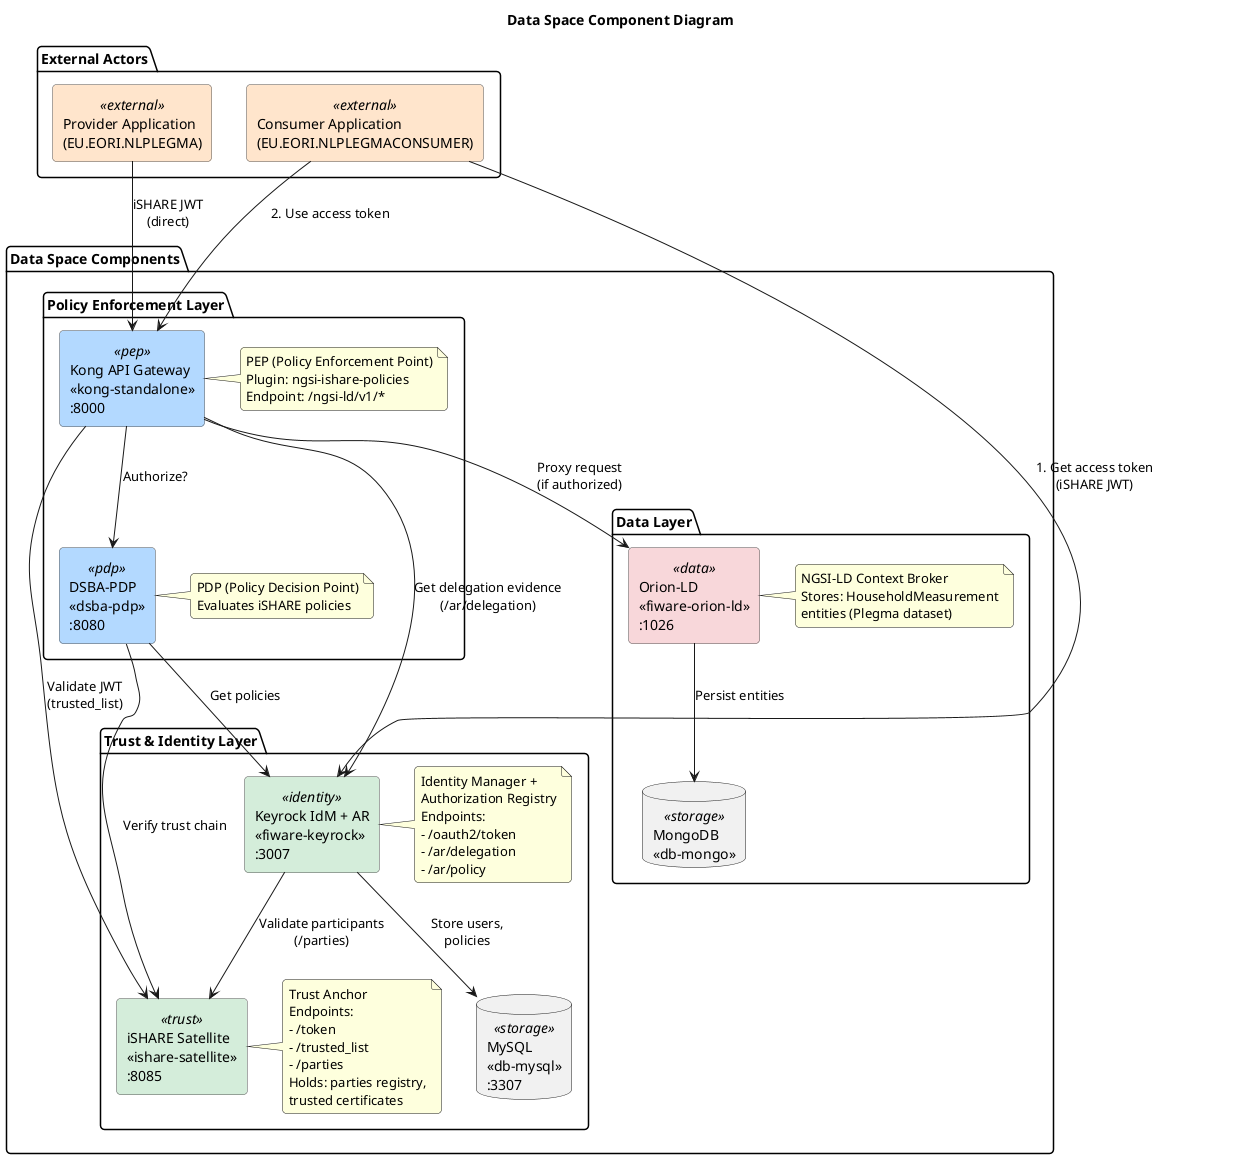
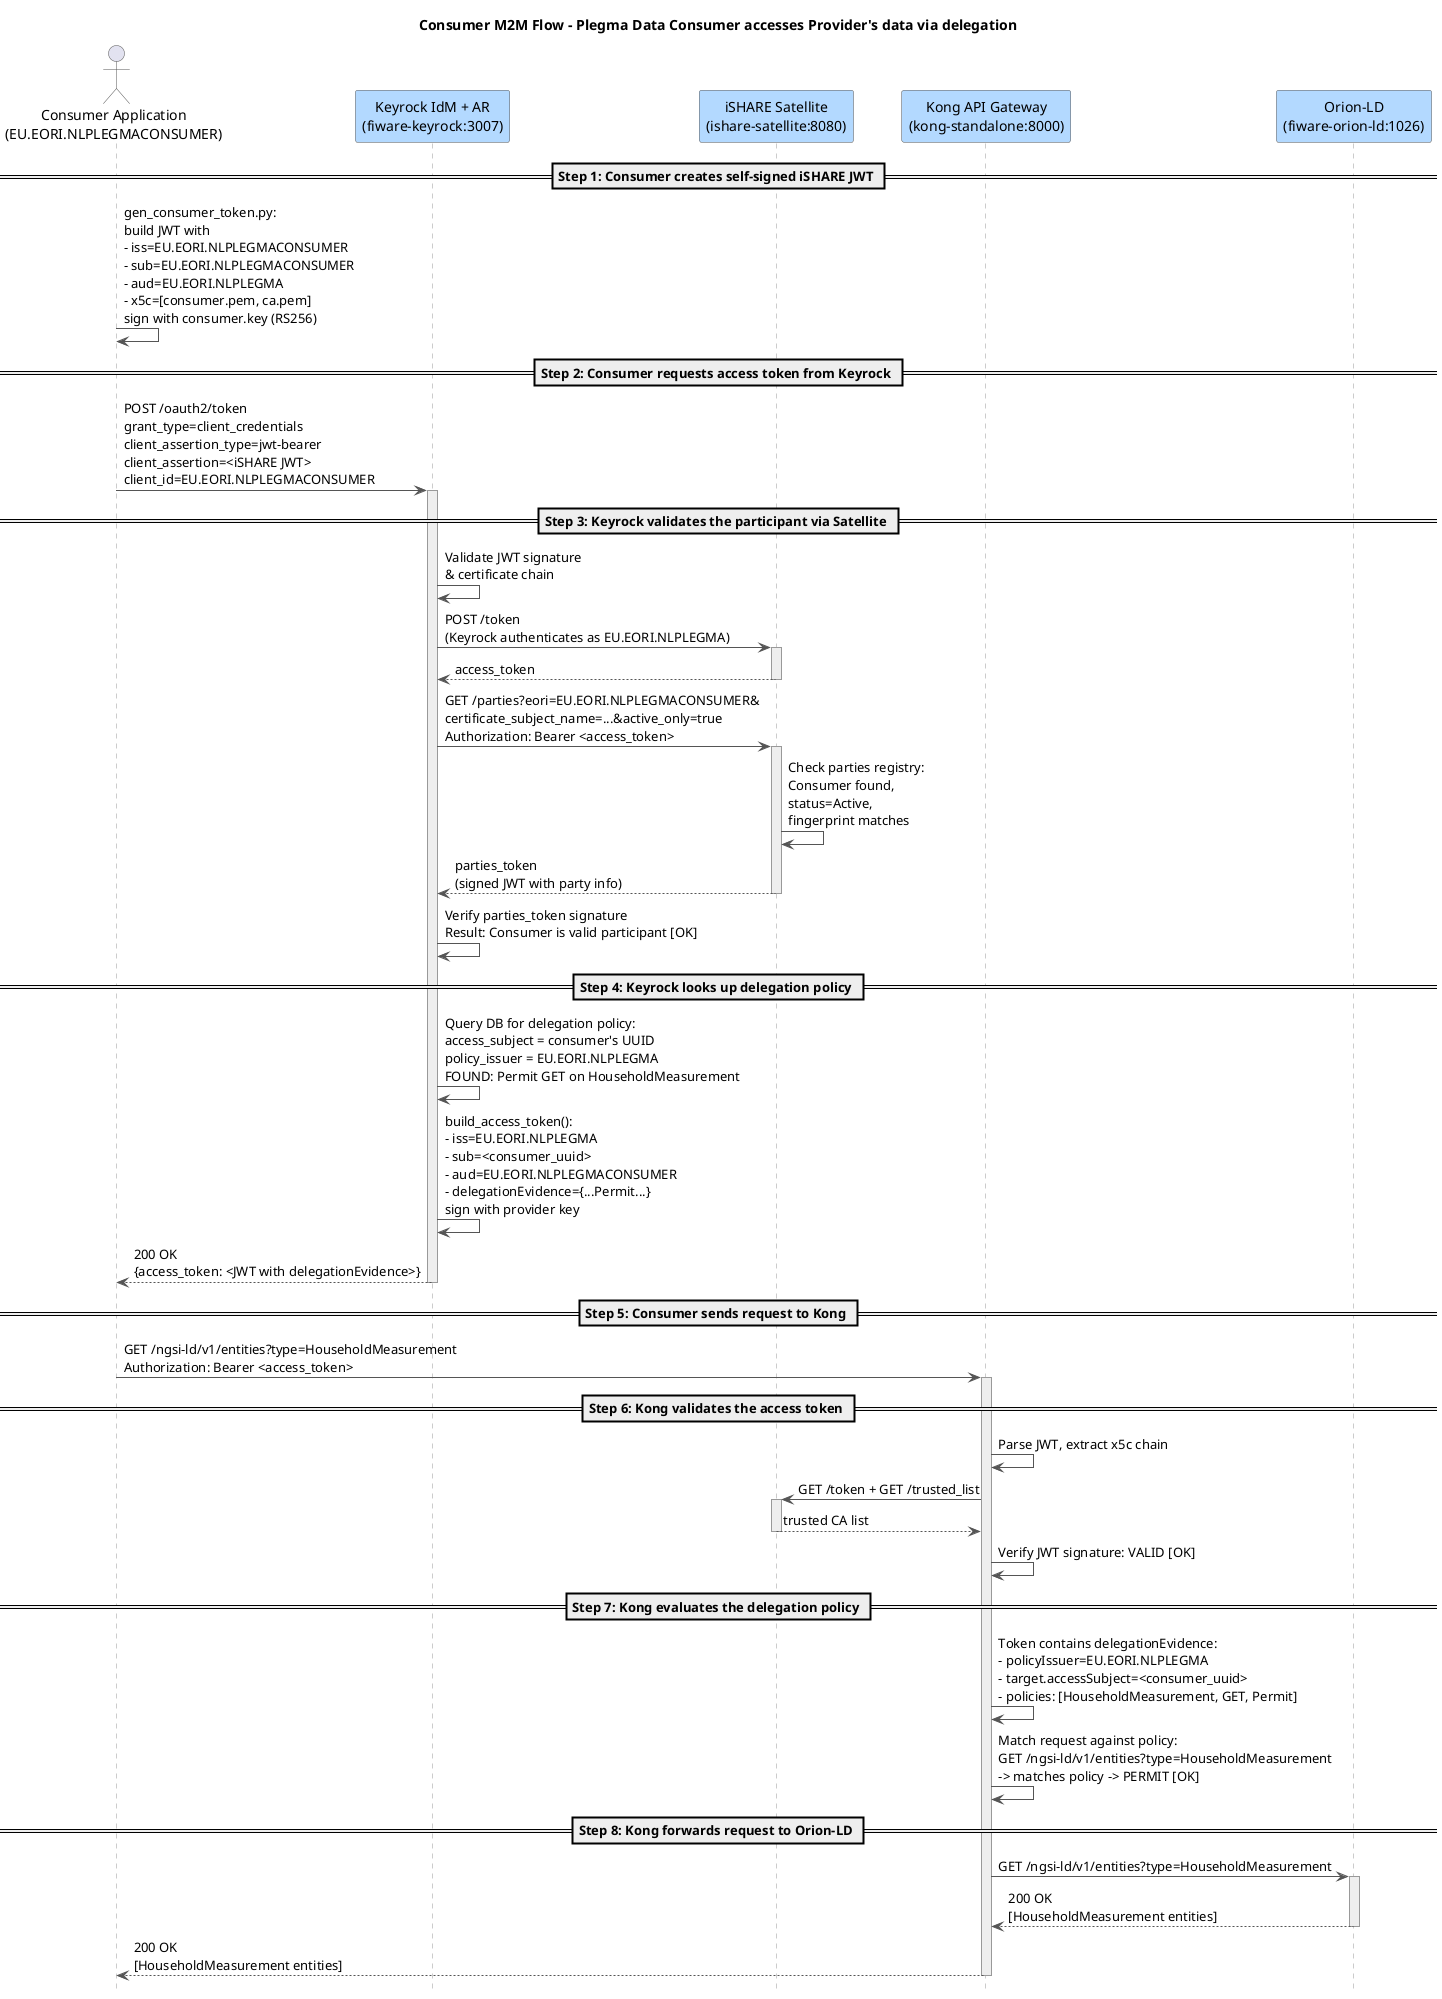
- @startuml component_diagram
- title Data Space Component Diagram
+ @startuml consumer_sequence
+ title Consumer M2M Flow - Plegma Data Consumer accesses Provider's data via delegation
+ hide footbox

- ' ──────────────────────────────────────────────────────────
- ' Styling
- ' ──────────────────────────────────────────────────────────
- skinparam componentStyle rectangle
skinparam shadowing false
skinparam defaultFontName "Helvetica"
- skinparam roundCorner 8
- 
- skinparam component {
-     BackgroundColor<<external>> #FFE5CC
-     BackgroundColor<<pep>>      #B3D9FF
-     BackgroundColor<<pdp>>      #B3D9FF
-     BackgroundColor<<trust>>    #D4EDDA
-     BackgroundColor<<identity>> #D4EDDA
-     BackgroundColor<<data>>     #F8D7DA
-     BackgroundColor<<storage>>  #E2D5F0
-     BorderColor                 #555555
-     FontColor                   #000000
+ skinparam sequence {
+     ArrowColor          #555555
+     ActorBorderColor    #555555
+     LifeLineBorderColor #999999
+     LifeLineBackgroundColor #EEEEEE
+     ParticipantBorderColor #555555
+     ParticipantBackgroundColor #B3D9FF
+     NoteBackgroundColor #FFF9C4
+     NoteBorderColor     #999999
}

- ' ──────────────────────────────────────────────────────────
- ' External actors
- ' ──────────────────────────────────────────────────────────
- package "External Actors" {
-     [Provider Application\n(EU.EORI.NLPLEGMA)] as Provider <<external>>
-     [Consumer Application\n(EU.EORI.NLPLEGMACONSUMER)] as Consumer <<external>>
- }
+ actor "Consumer Application\n(EU.EORI.NLPLEGMACONSUMER)" as Consumer
+ participant "Keyrock IdM + AR\n(fiware-keyrock:3007)" as Keyrock
+ participant "iSHARE Satellite\n(ishare-satellite:8080)" as Satellite
+ participant "Kong API Gateway\n(kong-standalone:8000)" as Kong
+ participant "Orion-LD\n(fiware-orion-ld:1026)" as Orion

- ' ──────────────────────────────────────────────────────────
- ' Data Space Components
- ' ──────────────────────────────────────────────────────────
- package "Data Space Components" {
+ == Step 1: Consumer creates self-signed iSHARE JWT ==

-     package "Policy Enforcement Layer" {
-         [Kong API Gateway\n<<kong-standalone>>\n:8000] as Kong <<pep>>
-         note right of Kong
-           PEP (Policy Enforcement Point)
-           Plugin: ngsi-ishare-policies
-           Endpoint: /ngsi-ld/v1/*
-         end note
+ Consumer -> Consumer : gen_consumer_token.py:\nbuild JWT with\n- iss=EU.EORI.NLPLEGMACONSUMER\n- sub=EU.EORI.NLPLEGMACONSUMER\n- aud=EU.EORI.NLPLEGMA\n- x5c=[consumer.pem, ca.pem]\nsign with consumer.key (RS256)

-         [DSBA-PDP\n<<dsba-pdp>>\n:8080] as PDP <<pdp>>
-         note right of PDP
-           PDP (Policy Decision Point)
-           Evaluates iSHARE policies
-         end note
-     }
+ == Step 2: Consumer requests access token from Keyrock ==

-     package "Trust & Identity Layer" {
-         [iSHARE Satellite\n<<ishare-satellite>>\n:8085] as Satellite <<trust>>
-         note right of Satellite
-           Trust Anchor
-           Endpoints:
-           - /token
-           - /trusted_list
-           - /parties
-           Holds: parties registry,
-           trusted certificates
-         end note
+ Consumer -> Keyrock : POST /oauth2/token\ngrant_type=client_credentials\nclient_assertion_type=jwt-bearer\nclient_assertion=<iSHARE JWT>\nclient_id=EU.EORI.NLPLEGMACONSUMER

-         [Keyrock IdM + AR\n<<fiware-keyrock>>\n:3007] as Keyrock <<identity>>
-         note right of Keyrock
-           Identity Manager +
-           Authorization Registry
-           Endpoints:
-           - /oauth2/token
-           - /ar/delegation
-           - /ar/policy
-         end note
+ activate Keyrock

-         database "MySQL\n<<db-mysql>>\n:3307" as MySQL <<storage>>
-     }
+ == Step 3: Keyrock validates the participant via Satellite ==

-     package "Data Layer" {
-         [Orion-LD\n<<fiware-orion-ld>>\n:1026] as Orion <<data>>
-         note right of Orion
-           NGSI-LD Context Broker
-           Stores: HouseholdMeasurement
-           entities (Plegma dataset)
-         end note
+ Keyrock -> Keyrock : Validate JWT signature\n& certificate chain

-         database "MongoDB\n<<db-mongo>>" as Mongo <<storage>>
-     }
- }
+ Keyrock -> Satellite : POST /token\n(Keyrock authenticates as EU.EORI.NLPLEGMA)
+ activate Satellite
+ Satellite --> Keyrock : access_token
+ deactivate Satellite

- ' ──────────────────────────────────────────────────────────
- ' Relationships
- ' ──────────────────────────────────────────────────────────
- Provider --> Kong : "iSHARE JWT\n(direct)"
- Consumer --> Keyrock : "1. Get access token\n(iSHARE JWT)"
- Consumer --> Kong : "2. Use access token"
+ Keyrock -> Satellite : GET /parties?eori=EU.EORI.NLPLEGMACONSUMER&\ncertificate_subject_name=...&active_only=true\nAuthorization: Bearer <access_token>
+ activate Satellite
+ Satellite -> Satellite : Check parties registry:\nConsumer found,\nstatus=Active,\nfingerprint matches
+ Satellite --> Keyrock : parties_token\n(signed JWT with party info)
+ deactivate Satellite

- Kong --> PDP : "Authorize?"
- Kong --> Satellite : "Validate JWT\n(trusted_list)"
- Kong --> Keyrock : "Get delegation evidence\n(/ar/delegation)"
- Kong --> Orion : "Proxy request\n(if authorized)"
+ Keyrock -> Keyrock : Verify parties_token signature\nResult: Consumer is valid participant [OK]

- PDP --> Satellite : "Verify trust chain"
- PDP --> Keyrock : "Get policies"
+ == Step 4: Keyrock looks up delegation policy ==

- Keyrock --> Satellite : "Validate participants\n(/parties)"
- Keyrock --> MySQL : "Store users,\npolicies"
+ Keyrock -> Keyrock : Query DB for delegation policy:\naccess_subject = consumer's UUID\npolicy_issuer = EU.EORI.NLPLEGMA\nFOUND: Permit GET on HouseholdMeasurement

- Orion --> Mongo : "Persist entities"
+ Keyrock -> Keyrock : build_access_token():\n- iss=EU.EORI.NLPLEGMA\n- sub=<consumer_uuid>\n- aud=EU.EORI.NLPLEGMACONSUMER\n- delegationEvidence={...Permit...}\nsign with provider key
+ 
+ Keyrock --> Consumer : 200 OK\n{access_token: <JWT with delegationEvidence>}
+ deactivate Keyrock
+ 
+ == Step 5: Consumer sends request to Kong ==
+ 
+ Consumer -> Kong : GET /ngsi-ld/v1/entities?type=HouseholdMeasurement\nAuthorization: Bearer <access_token>
+ 
+ activate Kong
+ 
+ == Step 6: Kong validates the access token ==
+ 
+ Kong -> Kong : Parse JWT, extract x5c chain
+ 
+ Kong -> Satellite : GET /token + GET /trusted_list
+ activate Satellite
+ Satellite --> Kong : trusted CA list
+ deactivate Satellite
+ 
+ Kong -> Kong : Verify JWT signature: VALID [OK]
+ 
+ == Step 7: Kong evaluates the delegation policy ==
+ 
+ Kong -> Kong : Token contains delegationEvidence:\n- policyIssuer=EU.EORI.NLPLEGMA\n- target.accessSubject=<consumer_uuid>\n- policies: [HouseholdMeasurement, GET, Permit]
+ 
+ Kong -> Kong : Match request against policy:\nGET /ngsi-ld/v1/entities?type=HouseholdMeasurement\n-> matches policy -> PERMIT [OK]
+ 
+ == Step 8: Kong forwards request to Orion-LD ==
+ 
+ Kong -> Orion : GET /ngsi-ld/v1/entities?type=HouseholdMeasurement
+ activate Orion
+ Orion --> Kong : 200 OK\n[HouseholdMeasurement entities]
+ deactivate Orion
+ 
+ Kong --> Consumer : 200 OK\n[HouseholdMeasurement entities]
+ deactivate Kong

@enduml
